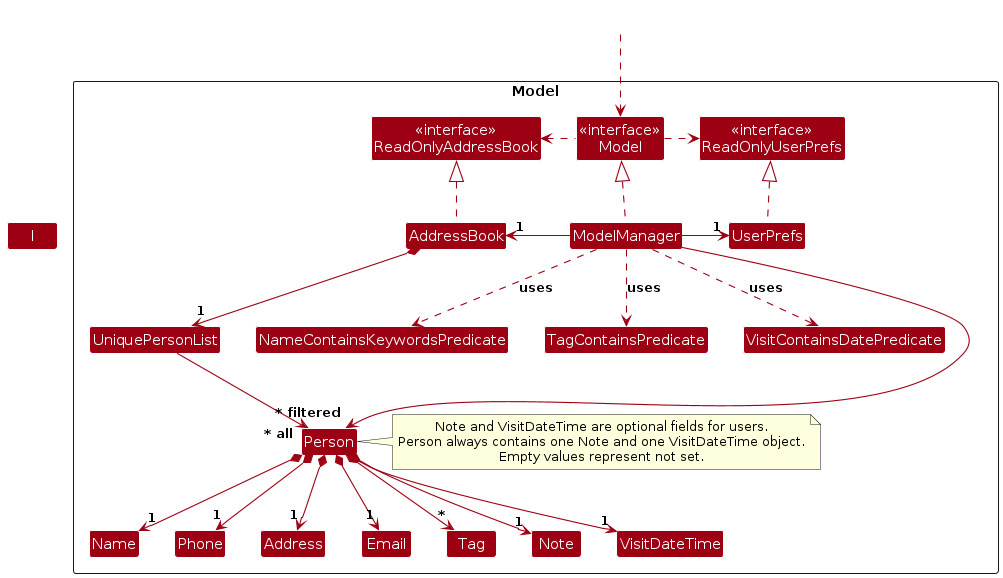
This is diagrams/ModelClassDiagram.png from AY2526S2-CS2103-F11-1/tp, a PlantUML export, as it was before one commit. Its source is kept beside it as diagrams/ModelClassDiagram.puml.
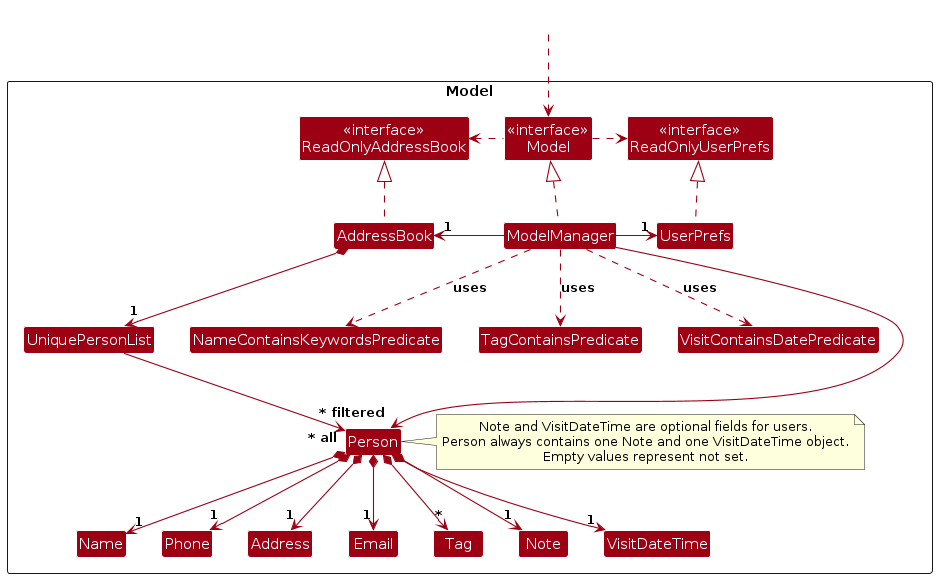
The same diagram one commit later.

The edit, as a diff of the source:
```diff
@@ -58,8 +58,6 @@
 Person *--> "1" VisitDateTime
 Person *--> "*" Tag
 
-Person -[hidden]up--> I
-UniquePersonList -[hidden]right-> I
 
 Name -[hidden]right-> Phone
 Phone -[hidden]right-> Address
```
